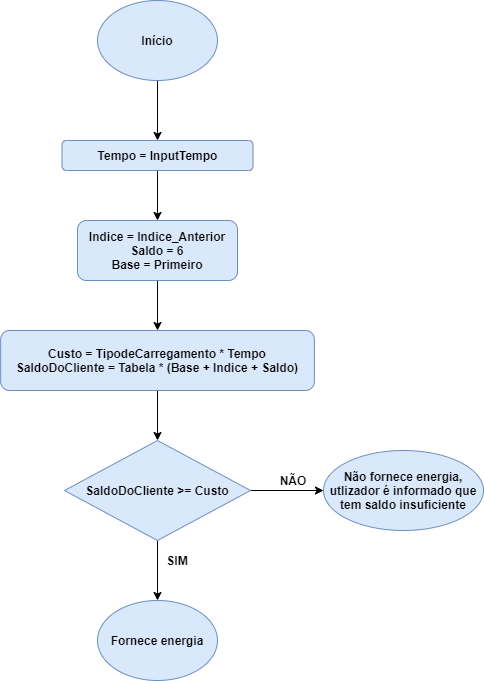
The draw.io diagram flux_verificacao_saldo.png in ProgRub/Proj2AC, before a commit. Source tidied: cells renumbered, new cells last; positions are measured from the earlier drawing's top-left corner, leaving out a move shared by most shapes.
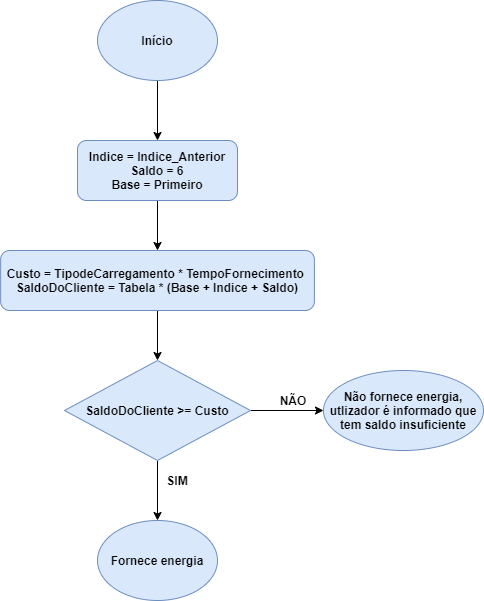
After the commit.

What changed in the source:
```diff
@@ -2,18 +2,17 @@
   <root>
     <mxCell id="0" />
     <mxCell id="1" parent="0" />
-    <mxCell id="2" style="edgeStyle=orthogonalEdgeStyle;rounded=0;jettySize=auto;html=1;entryX=0.5;entryY=0;entryDx=0;entryDy=0;" parent="1" edge="1" source="3" target="5">
-      <mxGeometry relative="1" as="geometry" />
+    <mxCell id="2" style="edgeStyle=orthogonalEdgeStyle;rounded=0;jettySize=auto;html=1;" parent="1" edge="1" source="3">
+      <mxGeometry relative="1" as="geometry">
+        <mxPoint x="157" y="140" as="targetPoint" />
+      </mxGeometry>
     </mxCell>
+    <mxCell id="17" style="edgeStyle=orthogonalEdgeStyle;rounded=0;jettySize=auto;html=1;entryX=0.5;entryY=0;entryDx=0;entryDy=0;" parent="1" edge="1" source="3" target="7">
+      <mxGeometry relative="1" as="geometry" />
+    </mxCell>
     <mxCell id="3" value="Início" style="ellipse;whiteSpace=wrap;html=1;fillColor=#dae8fc;strokeColor=#6c8ebf;fontStyle=1;" parent="1" vertex="1">
-      <mxGeometry x="97" width="120" height="80" as="geometry" />
+      <mxGeometry x="97" y="80" width="120" height="80" as="geometry" />
     </mxCell>
-    <mxCell id="4" style="edgeStyle=orthogonalEdgeStyle;rounded=0;jettySize=auto;html=1;entryX=0.5;entryY=0;entryDx=0;entryDy=0;" parent="1" edge="1" source="5" target="7">
-      <mxGeometry relative="1" as="geometry" />
-    </mxCell>
-    <mxCell id="5" value="Tempo = InputTempo" style="rounded=1;whiteSpace=wrap;html=1;fillColor=#dae8fc;strokeColor=#6c8ebf;fontStyle=1;" parent="1" vertex="1">
-      <mxGeometry x="61.5" y="140" width="191" height="30" as="geometry" />
-    </mxCell>
     <mxCell id="6" style="edgeStyle=orthogonalEdgeStyle;rounded=0;jettySize=auto;html=1;" parent="1" edge="1" source="7" target="9">
       <mxGeometry relative="1" as="geometry" />
     </mxCell>
@@ -23,7 +22,7 @@
     <mxCell id="8" style="edgeStyle=orthogonalEdgeStyle;rounded=0;jettySize=auto;html=1;entryX=0.5;entryY=0;entryDx=0;entryDy=0;" parent="1" edge="1" source="9" target="12">
       <mxGeometry relative="1" as="geometry" />
     </mxCell>
-    <mxCell id="9" value="Custo = TipodeCarregamento * Tempo&lt;br&gt;SaldoDoCliente = Tabela * (Base + Indice + Saldo)" style="rounded=1;whiteSpace=wrap;html=1;fillColor=#dae8fc;strokeColor=#6c8ebf;fontStyle=1;" parent="1" vertex="1">
+    <mxCell id="9" value="Custo = TipodeCarregamento * TempoFornecimento&amp;nbsp;&lt;br&gt;SaldoDoCliente = Tabela * (Base + Indice + Saldo)" style="rounded=1;whiteSpace=wrap;html=1;fillColor=#dae8fc;strokeColor=#6c8ebf;fontStyle=1;" parent="1" vertex="1">
       <mxGeometry x="0.1" y="330" width="313.8" height="60" as="geometry" />
     </mxCell>
     <mxCell id="10" style="edgeStyle=orthogonalEdgeStyle;rounded=0;jettySize=auto;html=1;entryX=0;entryY=0.5;entryDx=0;entryDy=0;" parent="1" edge="1" source="12" target="14">
```
